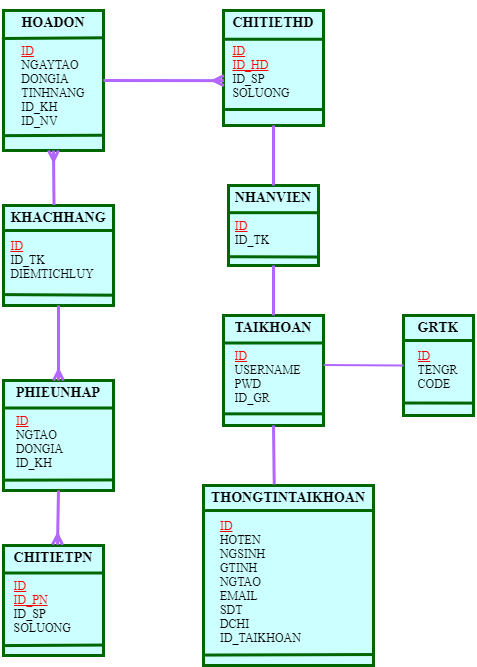
Earlier version of the draw.io export erd.drawio.png (sunny-THS/QlyBanDT). Source tidied: cells renumbered, new cells last; positions are measured from the earlier drawing's top-left corner, leaving out a move shared by most shapes.
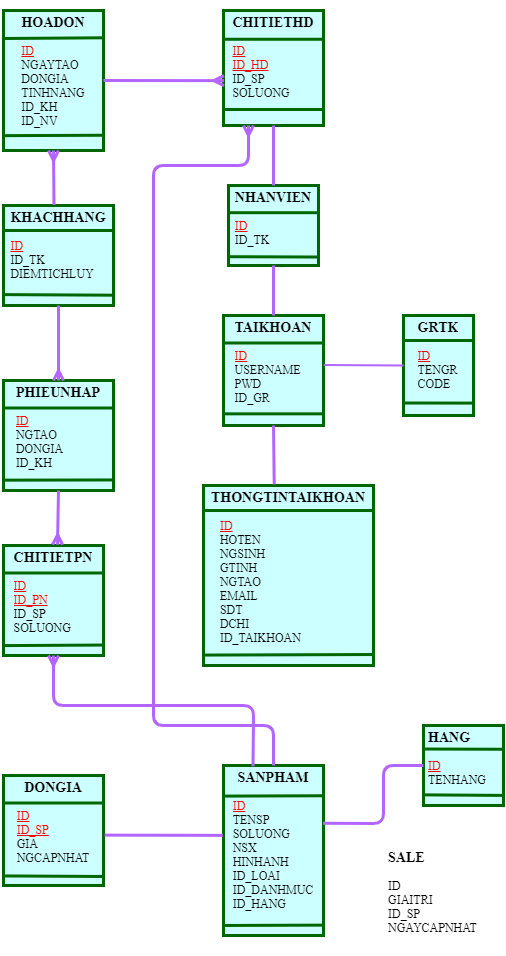
After the change.

Diff of the diagram source:
```diff
@@ -107,5 +107,65 @@
     <mxCell id="36" style="endArrow=none;html=1;startSize=6;strokeWidth=3;entryX=0.5;entryY=1;entryDx=0;entryDy=0;exitX=0.54;exitY=-0.007;exitDx=0;exitDy=0;exitPerimeter=0;strokeColor=#B266FF;endFill=0;startArrow=ERmany;startFill=0;" parent="1" edge="1" source="33" target="29">
       <mxGeometry relative="1" as="geometry" />
     </mxCell>
+    <mxCell id="37" value="&lt;h3&gt;&lt;font face=&quot;Times New Roman&quot; color=&quot;#000000&quot;&gt;SANPHAM&lt;br&gt;&lt;/font&gt;&lt;/h3&gt;&lt;div style=&quot;text-align: left&quot;&gt;&lt;font face=&quot;Times New Roman&quot; color=&quot;#ff0000&quot;&gt;&lt;u&gt;ID&lt;/u&gt;&lt;/font&gt;&lt;/div&gt;&lt;div style=&quot;text-align: left&quot;&gt;&lt;font face=&quot;Times New Roman&quot; color=&quot;#000000&quot;&gt;TENSP&lt;/font&gt;&lt;/div&gt;&lt;div style=&quot;text-align: left&quot;&gt;&lt;font face=&quot;Times New Roman&quot; color=&quot;#000000&quot;&gt;SOLUONG&lt;/font&gt;&lt;/div&gt;&lt;div style=&quot;text-align: left&quot;&gt;&lt;font face=&quot;Times New Roman&quot; color=&quot;#000000&quot;&gt;NSX&lt;/font&gt;&lt;/div&gt;&lt;div style=&quot;text-align: left&quot;&gt;&lt;font face=&quot;Times New Roman&quot; color=&quot;#000000&quot;&gt;HINHANH&lt;/font&gt;&lt;/div&gt;&lt;div style=&quot;text-align: left&quot;&gt;&lt;font face=&quot;Times New Roman&quot; color=&quot;#000000&quot;&gt;ID_LOAI&lt;/font&gt;&lt;/div&gt;&lt;div style=&quot;text-align: left&quot;&gt;&lt;font face=&quot;Times New Roman&quot; color=&quot;#000000&quot;&gt;ID_DANHMUC&lt;/font&gt;&lt;/div&gt;&lt;div style=&quot;text-align: left&quot;&gt;&lt;font face=&quot;Times New Roman&quot; color=&quot;#000000&quot;&gt;ID_HANG&lt;/font&gt;&lt;/div&gt;&lt;div&gt;&lt;font face=&quot;Times New Roman&quot; color=&quot;#000000&quot;&gt;&lt;br&gt;&lt;/font&gt;&lt;/div&gt;&lt;div&gt;&lt;font face=&quot;Times New Roman&quot; color=&quot;#000000&quot;&gt;&lt;br&gt;&lt;/font&gt;&lt;/div&gt;&lt;div&gt;&lt;br&gt;&lt;/div&gt;" style="text;html=1;spacing=5;spacingTop=-20;whiteSpace=wrap;overflow=hidden;rounded=0;shadow=0;align=center;strokeWidth=3;fillColor=#CCFFFF;strokeColor=#006600;" parent="1" vertex="1">
+      <mxGeometry x="220" y="755" width="100" height="170" as="geometry" />
+    </mxCell>
+    <mxCell id="38" style="endArrow=none;html=1;startSize=6;strokeWidth=3;entryX=-0.003;entryY=0.18;entryDx=0;entryDy=0;entryPerimeter=0;exitX=0.995;exitY=0.178;exitDx=0;exitDy=0;exitPerimeter=0;strokeColor=#006600;" parent="1" edge="1" source="37" target="37">
+      <mxGeometry relative="1" as="geometry" />
+    </mxCell>
+    <mxCell id="39" style="endArrow=none;html=1;startSize=6;strokeWidth=3;entryX=-0.005;entryY=0.941;entryDx=0;entryDy=0;entryPerimeter=0;exitX=1.003;exitY=0.939;exitDx=0;exitDy=0;exitPerimeter=0;strokeColor=#006600;" parent="1" edge="1" source="37" target="37">
+      <mxGeometry relative="1" as="geometry" />
+    </mxCell>
+    <mxCell id="40" style="endArrow=none;html=1;startSize=6;strokeWidth=3;exitX=0.5;exitY=1;exitDx=0;exitDy=0;entryX=0.295;entryY=0.004;entryDx=0;entryDy=0;entryPerimeter=0;strokeColor=#B266FF;startArrow=ERmany;startFill=0;" parent="1" edge="1" source="33" target="37">
+      <mxGeometry relative="1" as="geometry">
+        <Array as="points">
+          <mxPoint x="50" y="695" />
+          <mxPoint x="250" y="695" />
+        </Array>
+      </mxGeometry>
+    </mxCell>
+    <mxCell id="41" style="endArrow=ERmany;html=1;startSize=6;strokeColor=#B266FF;strokeWidth=3;entryX=0.25;entryY=1;entryDx=0;entryDy=0;exitX=0.5;exitY=0;exitDx=0;exitDy=0;startArrow=none;startFill=0;endFill=0;" parent="1" edge="1" source="37" target="12">
+      <mxGeometry relative="1" as="geometry">
+        <Array as="points">
+          <mxPoint x="270" y="715" />
+          <mxPoint x="150" y="715" />
+          <mxPoint x="150" y="465" />
+          <mxPoint x="150" y="155" />
+          <mxPoint x="245" y="155" />
+        </Array>
+      </mxGeometry>
+    </mxCell>
+    <mxCell id="42" value="&lt;h3&gt;&lt;font face=&quot;Times New Roman&quot; color=&quot;#000000&quot;&gt;DONGIA&lt;br&gt;&lt;/font&gt;&lt;/h3&gt;&lt;div style=&quot;text-align: left&quot;&gt;&lt;font face=&quot;Times New Roman&quot; color=&quot;#ff0000&quot;&gt;&lt;u&gt;ID&lt;/u&gt;&lt;/font&gt;&lt;/div&gt;&lt;div style=&quot;text-align: left&quot;&gt;&lt;font face=&quot;Times New Roman&quot; color=&quot;#ff0000&quot;&gt;&lt;u&gt;ID_SP&lt;/u&gt;&lt;/font&gt;&lt;/div&gt;&lt;div style=&quot;text-align: left&quot;&gt;&lt;font face=&quot;Times New Roman&quot; color=&quot;#000000&quot;&gt;GIA&lt;/font&gt;&lt;/div&gt;&lt;div style=&quot;text-align: left&quot;&gt;&lt;font face=&quot;Times New Roman&quot; color=&quot;#000000&quot;&gt;NGCAPNHAT&lt;/font&gt;&lt;/div&gt;&lt;div style=&quot;text-align: left&quot;&gt;&lt;br&gt;&lt;/div&gt;" style="text;html=1;spacing=5;spacingTop=-20;whiteSpace=wrap;overflow=hidden;rounded=0;shadow=0;align=center;strokeWidth=3;fillColor=#CCFFFF;strokeColor=#006600;" parent="1" vertex="1">
+      <mxGeometry y="765" width="100" height="110" as="geometry" />
+    </mxCell>
+    <mxCell id="43" style="endArrow=none;html=1;startSize=6;strokeWidth=3;entryX=1;entryY=0.25;entryDx=0;entryDy=0;exitX=0;exitY=0.25;exitDx=0;exitDy=0;strokeColor=#006600;" parent="1" edge="1" source="42" target="42">
+      <mxGeometry relative="1" as="geometry" />
+    </mxCell>
+    <mxCell id="44" style="endArrow=none;html=1;startSize=6;strokeWidth=3;exitX=0.004;exitY=0.913;exitDx=0;exitDy=0;exitPerimeter=0;entryX=0.991;entryY=0.918;entryDx=0;entryDy=0;entryPerimeter=0;strokeColor=#006600;" parent="1" edge="1" source="42" target="42">
+      <mxGeometry relative="1" as="geometry" />
+    </mxCell>
+    <mxCell id="45" style="endArrow=none;html=1;startSize=6;strokeWidth=3;exitX=1.012;exitY=0.542;exitDx=0;exitDy=0;exitPerimeter=0;entryX=-0.007;entryY=0.411;entryDx=0;entryDy=0;entryPerimeter=0;strokeColor=#B266FF;" parent="1" edge="1" source="42" target="37">
+      <mxGeometry relative="1" as="geometry" />
+    </mxCell>
+    <mxCell id="46" value="&lt;h3&gt;&lt;font color=&quot;#000000&quot; face=&quot;Times New Roman&quot;&gt;HANG&lt;br&gt;&lt;/font&gt;&lt;/h3&gt;&lt;div&gt;&lt;font face=&quot;Times New Roman&quot; color=&quot;#ff0000&quot;&gt;&lt;u&gt;ID&lt;/u&gt;&lt;/font&gt;&lt;/div&gt;&lt;div&gt;&lt;font color=&quot;#000000&quot; face=&quot;Times New Roman&quot;&gt;TENHANG&lt;/font&gt;&lt;/div&gt;" style="text;html=1;spacing=5;spacingTop=-20;whiteSpace=wrap;overflow=hidden;rounded=0;shadow=0;fillColor=#CCFFFF;strokeWidth=3;strokeColor=#006600;" parent="1" vertex="1">
+      <mxGeometry x="420" y="715" width="80" height="80" as="geometry" />
+    </mxCell>
+    <mxCell id="47" style="endArrow=none;html=1;startSize=6;strokeWidth=3;exitX=0.02;exitY=0.294;exitDx=0;exitDy=0;exitPerimeter=0;strokeColor=#006600;entryX=0.993;entryY=0.297;entryDx=0;entryDy=0;entryPerimeter=0;" parent="1" edge="1" source="46" target="46">
+      <mxGeometry relative="1" as="geometry" />
+    </mxCell>
+    <mxCell id="48" style="endArrow=none;html=1;startSize=6;strokeWidth=3;entryX=-0.013;entryY=0.867;entryDx=0;entryDy=0;entryPerimeter=0;exitX=1.003;exitY=0.874;exitDx=0;exitDy=0;exitPerimeter=0;strokeColor=#006600;" parent="1" edge="1" source="46" target="46">
+      <mxGeometry relative="1" as="geometry" />
+    </mxCell>
+    <mxCell id="49" style="endArrow=none;html=1;startSize=6;strokeWidth=3;exitX=0.996;exitY=0.339;exitDx=0;exitDy=0;exitPerimeter=0;entryX=0;entryY=0.5;entryDx=0;entryDy=0;strokeColor=#B266FF;" parent="1" edge="1" source="37" target="46">
+      <mxGeometry relative="1" as="geometry">
+        <Array as="points">
+          <mxPoint x="380" y="813" />
+          <mxPoint x="380" y="755" />
+        </Array>
+      </mxGeometry>
+    </mxCell>
+    <mxCell id="50" value="&lt;h3&gt;&lt;font face=&quot;Times New Roman&quot;&gt;SALE&lt;br&gt;&lt;/font&gt;&lt;/h3&gt;&lt;div&gt;&lt;font face=&quot;Times New Roman&quot;&gt;ID&lt;/font&gt;&lt;/div&gt;&lt;div&gt;&lt;font face=&quot;Times New Roman&quot;&gt;GIAITRI&lt;/font&gt;&lt;/div&gt;&lt;div&gt;&lt;font face=&quot;Times New Roman&quot;&gt;ID_SP&lt;/font&gt;&lt;/div&gt;&lt;div&gt;&lt;font face=&quot;Times New Roman&quot;&gt;NGAYCAPNHAT&lt;/font&gt;&lt;/div&gt;&lt;div&gt;&lt;font face=&quot;Times New Roman&quot;&gt;&lt;br&gt;&lt;/font&gt;&lt;/div&gt;&lt;div&gt;&lt;br&gt;&lt;/div&gt;" style="text;html=1;strokeColor=none;fillColor=none;spacing=5;spacingTop=-20;whiteSpace=wrap;overflow=hidden;rounded=0;shadow=0;" parent="1" vertex="1">
+      <mxGeometry x="380" y="835" width="110" height="110" as="geometry" />
+    </mxCell>
   </root>
 </mxGraphModel>
```
